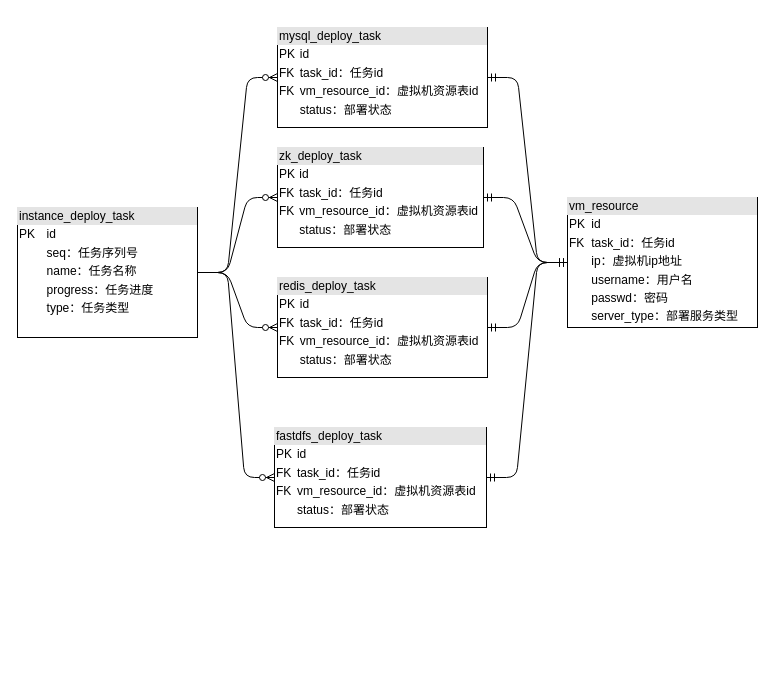
iceAcmen/myDesign keeps this draw.io diagram as page "数据库设计" (3 of 3) of SAAS自动部署.drawio. Above is the earlier version. Source tidied: cells renumbered, new cells numbered last; positions are measured from the earlier drawing's top-left corner, leaving out a move shared by most shapes. Both pictures are drawn from the tidied source at 100%, with x=0, y=0 at pixel (17, 27).
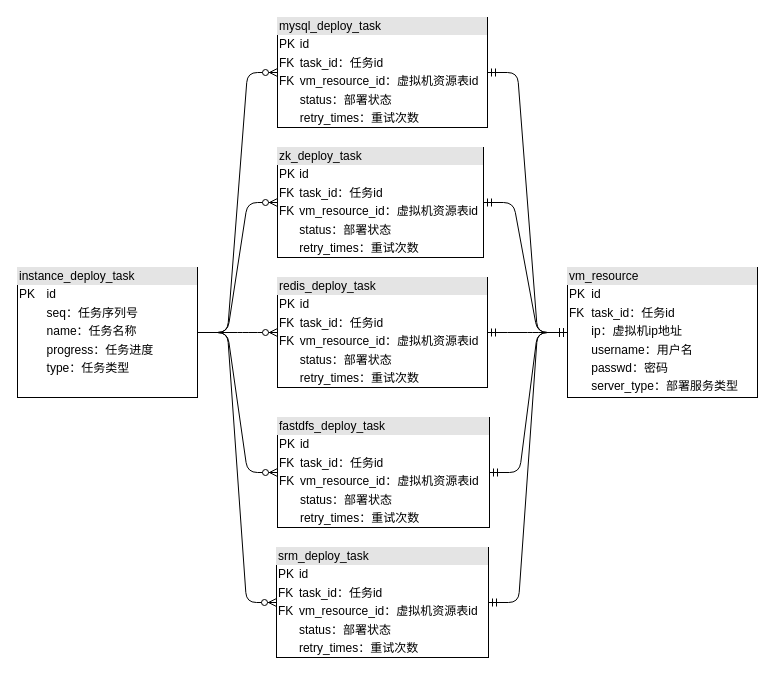
Above is the later version.

Commit message:
更新SAAS自动部署.drawio

The edit, as a diff of the source:
```diff
@@
 <mxGraphModel>
   <root>
     <mxCell id="0" />
     <mxCell id="1" parent="0" />
     <mxCell id="2" value="&lt;div style=&quot;box-sizing: border-box ; width: 100% ; background: #e4e4e4 ; padding: 2px&quot;&gt;instance_deploy_task&lt;/div&gt;&lt;table style=&quot;width: 100% ; font-size: 1em&quot; cellpadding=&quot;2&quot; cellspacing=&quot;0&quot;&gt;&lt;tbody&gt;&lt;tr&gt;&lt;td&gt;PK&lt;/td&gt;&lt;td&gt;id&lt;/td&gt;&lt;/tr&gt;&lt;tr&gt;&lt;td&gt;&lt;br&gt;&lt;/td&gt;&lt;td&gt;seq：任务序列号&lt;/td&gt;&lt;/tr&gt;&lt;tr&gt;&lt;td&gt;&lt;/td&gt;&lt;td&gt;name：任务名称&lt;/td&gt;&lt;/tr&gt;&lt;tr&gt;&lt;td&gt;&lt;br&gt;&lt;/td&gt;&lt;td&gt;progress：任务进度&lt;/td&gt;&lt;/tr&gt;&lt;tr&gt;&lt;td&gt;&lt;br&gt;&lt;/td&gt;&lt;td&gt;type：任务类型&lt;/td&gt;&lt;/tr&gt;&lt;/tbody&gt;&lt;/table&gt;" style="verticalAlign=top;align=left;overflow=fill;html=1;" parent="1" vertex="1">
-      <mxGeometry y="180" width="180" height="130" as="geometry" />
+      <mxGeometry y="240" width="180" height="130" as="geometry" />
     </mxCell>
-    <mxCell id="3" value="&lt;div style=&quot;box-sizing: border-box ; width: 100% ; background: #e4e4e4 ; padding: 2px&quot;&gt;mysql_deploy_task&lt;/div&gt;&lt;table style=&quot;width: 100% ; font-size: 1em&quot; cellpadding=&quot;2&quot; cellspacing=&quot;0&quot;&gt;&lt;tbody&gt;&lt;tr&gt;&lt;td&gt;PK&lt;/td&gt;&lt;td&gt;id&lt;/td&gt;&lt;/tr&gt;&lt;tr&gt;&lt;td&gt;FK&lt;/td&gt;&lt;td&gt;task_id：任务id&lt;/td&gt;&lt;/tr&gt;&lt;tr&gt;&lt;td&gt;FK&lt;br&gt;&lt;/td&gt;&lt;td&gt;vm_resource_id：虚拟机资源表id&lt;/td&gt;&lt;/tr&gt;&lt;tr&gt;&lt;td&gt;&lt;br&gt;&lt;/td&gt;&lt;td&gt;status：部署状态&lt;/td&gt;&lt;/tr&gt;&lt;/tbody&gt;&lt;/table&gt;" style="verticalAlign=top;align=left;overflow=fill;html=1;" parent="1" vertex="1">
-      <mxGeometry x="260" width="210" height="100" as="geometry" />
+    <mxCell id="3" value="&lt;div style=&quot;box-sizing: border-box ; width: 100% ; background: #e4e4e4 ; padding: 2px&quot;&gt;mysql_deploy_task&lt;/div&gt;&lt;table style=&quot;width: 100% ; font-size: 1em&quot; cellpadding=&quot;2&quot; cellspacing=&quot;0&quot;&gt;&lt;tbody&gt;&lt;tr&gt;&lt;td&gt;PK&lt;/td&gt;&lt;td&gt;id&lt;/td&gt;&lt;/tr&gt;&lt;tr&gt;&lt;td&gt;FK&lt;/td&gt;&lt;td&gt;task_id：任务id&lt;/td&gt;&lt;/tr&gt;&lt;tr&gt;&lt;td&gt;FK&lt;br&gt;&lt;/td&gt;&lt;td&gt;vm_resource_id：虚拟机资源表id&lt;/td&gt;&lt;/tr&gt;&lt;tr&gt;&lt;td&gt;&lt;br&gt;&lt;/td&gt;&lt;td&gt;status：部署状态&lt;/td&gt;&lt;/tr&gt;&lt;tr&gt;&lt;td&gt;&lt;br&gt;&lt;/td&gt;&lt;td&gt;retry_times：重试次数&lt;/td&gt;&lt;/tr&gt;&lt;/tbody&gt;&lt;/table&gt;" style="verticalAlign=top;align=left;overflow=fill;html=1;" parent="1" vertex="1">
+      <mxGeometry x="260" y="-10" width="210" height="110" as="geometry" />
     </mxCell>
     <mxCell id="4" value="&lt;div style=&quot;box-sizing: border-box ; width: 100% ; background: #e4e4e4 ; padding: 2px&quot;&gt;vm_resource&lt;/div&gt;&lt;table style=&quot;width: 100% ; font-size: 1em&quot; cellpadding=&quot;2&quot; cellspacing=&quot;0&quot;&gt;&lt;tbody&gt;&lt;tr&gt;&lt;td&gt;PK&lt;/td&gt;&lt;td&gt;id&lt;/td&gt;&lt;/tr&gt;&lt;tr&gt;&lt;td&gt;FK&lt;/td&gt;&lt;td&gt;task_id：任务id&lt;/td&gt;&lt;/tr&gt;&lt;tr&gt;&lt;td&gt;&lt;br&gt;&lt;/td&gt;&lt;td&gt;ip：虚拟机ip地址&lt;/td&gt;&lt;/tr&gt;&lt;tr&gt;&lt;td&gt;&lt;br&gt;&lt;/td&gt;&lt;td&gt;username：用户名&lt;/td&gt;&lt;/tr&gt;&lt;tr&gt;&lt;td&gt;&lt;br&gt;&lt;/td&gt;&lt;td&gt;passwd：密码&lt;/td&gt;&lt;/tr&gt;&lt;tr&gt;&lt;td&gt;&lt;br&gt;&lt;/td&gt;&lt;td&gt;server_type：部署服务类型&lt;/td&gt;&lt;/tr&gt;&lt;/tbody&gt;&lt;/table&gt;" style="verticalAlign=top;align=left;overflow=fill;html=1;" parent="1" vertex="1">
-      <mxGeometry x="550" y="170" width="190" height="130" as="geometry" />
+      <mxGeometry x="550" y="240" width="190" height="130" as="geometry" />
     </mxCell>
-    <mxCell id="5" value="&lt;div style=&quot;box-sizing: border-box ; width: 100% ; background: #e4e4e4 ; padding: 2px&quot;&gt;redis_deploy_task&lt;/div&gt;&lt;table style=&quot;width: 100% ; font-size: 1em&quot; cellpadding=&quot;2&quot; cellspacing=&quot;0&quot;&gt;&lt;tbody&gt;&lt;tr&gt;&lt;td&gt;PK&lt;/td&gt;&lt;td&gt;id&lt;/td&gt;&lt;/tr&gt;&lt;tr&gt;&lt;td&gt;FK&lt;br&gt;&lt;/td&gt;&lt;td&gt;task_id：任务id&lt;/td&gt;&lt;/tr&gt;&lt;tr&gt;&lt;td&gt;FK&lt;br&gt;&lt;/td&gt;&lt;td&gt;vm_resource_id：虚拟机资源表id&lt;/td&gt;&lt;/tr&gt;&lt;tr&gt;&lt;td&gt;&lt;br&gt;&lt;/td&gt;&lt;td&gt;status：部署状态&lt;/td&gt;&lt;/tr&gt;&lt;/tbody&gt;&lt;/table&gt;" style="verticalAlign=top;align=left;overflow=fill;html=1;" parent="1" vertex="1">
-      <mxGeometry x="260" y="250" width="210" height="100" as="geometry" />
+    <mxCell id="5" value="&lt;div style=&quot;box-sizing: border-box ; width: 100% ; background: #e4e4e4 ; padding: 2px&quot;&gt;redis_deploy_task&lt;/div&gt;&lt;table style=&quot;width: 100% ; font-size: 1em&quot; cellpadding=&quot;2&quot; cellspacing=&quot;0&quot;&gt;&lt;tbody&gt;&lt;tr&gt;&lt;td&gt;PK&lt;/td&gt;&lt;td&gt;id&lt;/td&gt;&lt;/tr&gt;&lt;tr&gt;&lt;td&gt;FK&lt;br&gt;&lt;/td&gt;&lt;td&gt;task_id：任务id&lt;/td&gt;&lt;/tr&gt;&lt;tr&gt;&lt;td&gt;FK&lt;br&gt;&lt;/td&gt;&lt;td&gt;vm_resource_id：虚拟机资源表id&lt;/td&gt;&lt;/tr&gt;&lt;tr&gt;&lt;td&gt;&lt;br&gt;&lt;/td&gt;&lt;td&gt;status：部署状态&lt;/td&gt;&lt;/tr&gt;&lt;tr&gt;&lt;td&gt;&lt;br&gt;&lt;/td&gt;&lt;td&gt;retry_times：重试次数&lt;br&gt;&lt;/td&gt;&lt;/tr&gt;&lt;/tbody&gt;&lt;/table&gt;" style="verticalAlign=top;align=left;overflow=fill;html=1;" parent="1" vertex="1">
+      <mxGeometry x="260" y="250" width="210" height="110" as="geometry" />
     </mxCell>
-    <mxCell id="6" value="&lt;div style=&quot;box-sizing: border-box ; width: 100% ; background: #e4e4e4 ; padding: 2px&quot;&gt;zk_deploy_task&lt;/div&gt;&lt;table style=&quot;width: 100% ; font-size: 1em&quot; cellpadding=&quot;2&quot; cellspacing=&quot;0&quot;&gt;&lt;tbody&gt;&lt;tr&gt;&lt;td&gt;PK&lt;/td&gt;&lt;td&gt;id&lt;/td&gt;&lt;/tr&gt;&lt;tr&gt;&lt;td&gt;FK&lt;br&gt;&lt;/td&gt;&lt;td&gt;task_id：任务id&lt;/td&gt;&lt;/tr&gt;&lt;tr&gt;&lt;td&gt;FK&lt;br&gt;&lt;/td&gt;&lt;td&gt;vm_resource_id：虚拟机资源表id&lt;/td&gt;&lt;/tr&gt;&lt;tr&gt;&lt;td&gt;&lt;br&gt;&lt;/td&gt;&lt;td&gt;status：部署状态&lt;/td&gt;&lt;/tr&gt;&lt;/tbody&gt;&lt;/table&gt;" style="verticalAlign=top;align=left;overflow=fill;html=1;" parent="1" vertex="1">
-      <mxGeometry x="260" y="120" width="206" height="100" as="geometry" />
+    <mxCell id="6" value="&lt;div style=&quot;box-sizing: border-box ; width: 100% ; background: #e4e4e4 ; padding: 2px&quot;&gt;zk_deploy_task&lt;/div&gt;&lt;table style=&quot;width: 100% ; font-size: 1em&quot; cellpadding=&quot;2&quot; cellspacing=&quot;0&quot;&gt;&lt;tbody&gt;&lt;tr&gt;&lt;td&gt;PK&lt;/td&gt;&lt;td&gt;id&lt;/td&gt;&lt;/tr&gt;&lt;tr&gt;&lt;td&gt;FK&lt;br&gt;&lt;/td&gt;&lt;td&gt;task_id：任务id&lt;/td&gt;&lt;/tr&gt;&lt;tr&gt;&lt;td&gt;FK&lt;br&gt;&lt;/td&gt;&lt;td&gt;vm_resource_id：虚拟机资源表id&lt;/td&gt;&lt;/tr&gt;&lt;tr&gt;&lt;td&gt;&lt;br&gt;&lt;/td&gt;&lt;td&gt;status：部署状态&lt;/td&gt;&lt;/tr&gt;&lt;tr&gt;&lt;td&gt;&lt;br&gt;&lt;/td&gt;&lt;td&gt;retry_times：重试次数&lt;br&gt;&lt;/td&gt;&lt;/tr&gt;&lt;/tbody&gt;&lt;/table&gt;" style="verticalAlign=top;align=left;overflow=fill;html=1;" parent="1" vertex="1">
+      <mxGeometry x="260" y="120" width="206" height="110" as="geometry" />
     </mxCell>
-    <mxCell id="7" value="&lt;div style=&quot;box-sizing: border-box ; width: 100% ; background: #e4e4e4 ; padding: 2px&quot;&gt;fastdfs_deploy_task&lt;/div&gt;&lt;table style=&quot;width: 100% ; font-size: 1em&quot; cellpadding=&quot;2&quot; cellspacing=&quot;0&quot;&gt;&lt;tbody&gt;&lt;tr&gt;&lt;td&gt;PK&lt;/td&gt;&lt;td&gt;id&lt;/td&gt;&lt;/tr&gt;&lt;tr&gt;&lt;td&gt;FK&lt;br&gt;&lt;/td&gt;&lt;td&gt;task_id：任务id&lt;/td&gt;&lt;/tr&gt;&lt;tr&gt;&lt;td&gt;FK&lt;br&gt;&lt;/td&gt;&lt;td&gt;vm_resource_id：虚拟机资源表id&lt;/td&gt;&lt;/tr&gt;&lt;tr&gt;&lt;td&gt;&lt;br&gt;&lt;/td&gt;&lt;td&gt;status：部署状态&lt;/td&gt;&lt;/tr&gt;&lt;/tbody&gt;&lt;/table&gt;" style="verticalAlign=top;align=left;overflow=fill;html=1;" parent="1" vertex="1">
-      <mxGeometry x="257" y="400" width="212" height="100" as="geometry" />
+    <mxCell id="7" value="&lt;div style=&quot;box-sizing: border-box ; width: 100% ; background: #e4e4e4 ; padding: 2px&quot;&gt;fastdfs_deploy_task&lt;/div&gt;&lt;table style=&quot;width: 100% ; font-size: 1em&quot; cellpadding=&quot;2&quot; cellspacing=&quot;0&quot;&gt;&lt;tbody&gt;&lt;tr&gt;&lt;td&gt;PK&lt;/td&gt;&lt;td&gt;id&lt;/td&gt;&lt;/tr&gt;&lt;tr&gt;&lt;td&gt;FK&lt;br&gt;&lt;/td&gt;&lt;td&gt;task_id：任务id&lt;/td&gt;&lt;/tr&gt;&lt;tr&gt;&lt;td&gt;FK&lt;br&gt;&lt;/td&gt;&lt;td&gt;vm_resource_id：虚拟机资源表id&lt;/td&gt;&lt;/tr&gt;&lt;tr&gt;&lt;td&gt;&lt;br&gt;&lt;/td&gt;&lt;td&gt;status：部署状态&lt;/td&gt;&lt;/tr&gt;&lt;tr&gt;&lt;td&gt;&lt;br&gt;&lt;/td&gt;&lt;td&gt;retry_times：重试次数&lt;br&gt;&lt;/td&gt;&lt;/tr&gt;&lt;/tbody&gt;&lt;/table&gt;" style="verticalAlign=top;align=left;overflow=fill;html=1;" parent="1" vertex="1">
+      <mxGeometry x="260" y="390" width="212" height="110" as="geometry" />
     </mxCell>
     <mxCell id="8" style="edgeStyle=entityRelationEdgeStyle;fontSize=12;html=1;endArrow=ERzeroToMany;endFill=1;exitX=1;exitY=0.5;exitDx=0;exitDy=0;" parent="1" edge="1" source="2" target="3">
       <mxGeometry relative="1" as="geometry" />
     </mxCell>
     <mxCell id="9" style="edgeStyle=entityRelationEdgeStyle;fontSize=12;html=1;endArrow=ERzeroToMany;endFill=1;" parent="1" edge="1" source="2" target="6">
       <mxGeometry relative="1" as="geometry" />
     </mxCell>
     <mxCell id="10" style="edgeStyle=entityRelationEdgeStyle;fontSize=12;html=1;endArrow=ERzeroToMany;endFill=1;" parent="1" edge="1" source="2" target="5">
       <mxGeometry relative="1" as="geometry" />
     </mxCell>
     <mxCell id="11" style="edgeStyle=entityRelationEdgeStyle;fontSize=12;html=1;endArrow=ERzeroToMany;endFill=1;" parent="1" edge="1" source="2" target="7">
       <mxGeometry relative="1" as="geometry" />
     </mxCell>
     <mxCell id="12" style="edgeStyle=entityRelationEdgeStyle;fontSize=12;html=1;endArrow=ERmandOne;startArrow=ERmandOne;" parent="1" edge="1" source="3" target="4">
       <mxGeometry relative="1" as="geometry" />
     </mxCell>
     <mxCell id="13" style="edgeStyle=entityRelationEdgeStyle;fontSize=12;html=1;endArrow=ERmandOne;startArrow=ERmandOne;" parent="1" edge="1" source="6" target="4">
       <mxGeometry relative="1" as="geometry" />
     </mxCell>
     <mxCell id="14" style="edgeStyle=entityRelationEdgeStyle;fontSize=12;html=1;endArrow=ERmandOne;startArrow=ERmandOne;" parent="1" edge="1" source="5" target="4">
       <mxGeometry relative="1" as="geometry" />
     </mxCell>
     <mxCell id="15" style="edgeStyle=entityRelationEdgeStyle;fontSize=12;html=1;endArrow=ERmandOne;startArrow=ERmandOne;" parent="1" edge="1" source="7" target="4">
       <mxGeometry relative="1" as="geometry" />
     </mxCell>
+    <mxCell id="16" value="&lt;div style=&quot;box-sizing: border-box ; width: 100% ; background: #e4e4e4 ; padding: 2px&quot;&gt;srm_deploy_task&lt;/div&gt;&lt;table style=&quot;width: 100% ; font-size: 1em&quot; cellpadding=&quot;2&quot; cellspacing=&quot;0&quot;&gt;&lt;tbody&gt;&lt;tr&gt;&lt;td&gt;PK&lt;/td&gt;&lt;td&gt;id&lt;/td&gt;&lt;/tr&gt;&lt;tr&gt;&lt;td&gt;FK&lt;br&gt;&lt;/td&gt;&lt;td&gt;task_id：任务id&lt;/td&gt;&lt;/tr&gt;&lt;tr&gt;&lt;td&gt;FK&lt;br&gt;&lt;/td&gt;&lt;td&gt;vm_resource_id：虚拟机资源表id&lt;/td&gt;&lt;/tr&gt;&lt;tr&gt;&lt;td&gt;&lt;br&gt;&lt;/td&gt;&lt;td&gt;status：部署状态&lt;/td&gt;&lt;/tr&gt;&lt;tr&gt;&lt;td&gt;&lt;br&gt;&lt;/td&gt;&lt;td&gt;retry_times：重试次数&lt;br&gt;&lt;/td&gt;&lt;/tr&gt;&lt;/tbody&gt;&lt;/table&gt;" style="verticalAlign=top;align=left;overflow=fill;html=1;" parent="1" vertex="1">
+      <mxGeometry x="259" y="520" width="212" height="110" as="geometry" />
+    </mxCell>
+    <mxCell id="17" style="edgeStyle=entityRelationEdgeStyle;fontSize=12;html=1;endArrow=ERzeroToMany;endFill=1;" parent="1" edge="1" source="2" target="16">
+      <mxGeometry relative="1" as="geometry" />
+    </mxCell>
+    <mxCell id="18" style="edgeStyle=entityRelationEdgeStyle;fontSize=12;html=1;endArrow=ERmandOne;startArrow=ERmandOne;" parent="1" edge="1" source="16" target="4">
+      <mxGeometry relative="1" as="geometry" />
+    </mxCell>
   </root>
 </mxGraphModel>
```
